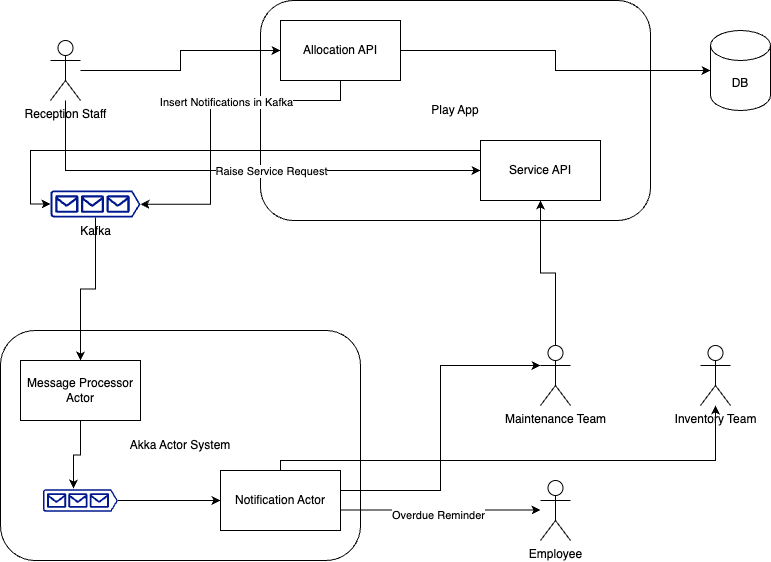
Earlier version of the draw.io export Week3Projects/EquipmentAllocationFlow.png (devavasadi999/ScalaTraining). Source tidied: cells renumbered, new cells last; positions are measured from the earlier drawing's top-left corner, leaving out a move shared by most shapes. The source it was exported from:
```xml
<mxGraphModel>
  <root>
    <mxCell id="0" />
    <mxCell id="1" parent="0" />
    <mxCell id="2" value="Reception Staff" style="shape=umlActor;verticalLabelPosition=bottom;verticalAlign=top;html=1;outlineConnect=0;" parent="1" vertex="1">
      <mxGeometry x="50" y="40" width="30" height="60" as="geometry" />
    </mxCell>
    <mxCell id="3" value="Play App" style="rounded=1;whiteSpace=wrap;html=1;" parent="1" vertex="1">
      <mxGeometry x="260" width="390" height="220" as="geometry" />
    </mxCell>
    <mxCell id="4" style="edgeStyle=orthogonalEdgeStyle;rounded=0;jettySize=auto;html=1;" parent="1" edge="1" source="2" target="6">
      <mxGeometry relative="1" as="geometry" />
    </mxCell>
    <mxCell id="5" style="edgeStyle=orthogonalEdgeStyle;rounded=0;jettySize=auto;html=1;" parent="1" edge="1" source="6" target="7">
      <mxGeometry relative="1" as="geometry" />
    </mxCell>
    <mxCell id="6" value="Allocation API" style="rounded=0;whiteSpace=wrap;html=1;" parent="1" vertex="1">
      <mxGeometry x="280" y="20" width="120" height="60" as="geometry" />
    </mxCell>
    <mxCell id="7" value="DB" style="shape=cylinder3;whiteSpace=wrap;html=1;boundedLbl=1;backgroundOutline=1;size=15;" parent="1" vertex="1">
      <mxGeometry x="710" y="30" width="60" height="80" as="geometry" />
    </mxCell>
    <mxCell id="8" value="Akka Actor System" style="rounded=1;whiteSpace=wrap;html=1;" parent="1" vertex="1">
      <mxGeometry y="330" width="360" height="230" as="geometry" />
    </mxCell>
    <mxCell id="9" value="Message Processor Actor" style="rounded=0;whiteSpace=wrap;html=1;" parent="1" vertex="1">
      <mxGeometry x="20" y="360" width="120" height="60" as="geometry" />
    </mxCell>
    <mxCell id="10" style="edgeStyle=orthogonalEdgeStyle;rounded=0;jettySize=auto;html=1;" parent="1" edge="1" source="11" target="27">
      <mxGeometry relative="1" as="geometry">
        <Array as="points">
          <mxPoint x="280" y="460" />
          <mxPoint x="715" y="460" />
        </Array>
      </mxGeometry>
    </mxCell>
    <mxCell id="11" value="Notification Actor" style="rounded=0;whiteSpace=wrap;html=1;" parent="1" vertex="1">
      <mxGeometry x="220" y="470" width="120" height="60" as="geometry" />
    </mxCell>
    <mxCell id="12" style="edgeStyle=orthogonalEdgeStyle;rounded=0;jettySize=auto;html=1;entryX=0;entryY=0.5;entryDx=0;entryDy=0;" parent="1" edge="1" source="13" target="11">
      <mxGeometry relative="1" as="geometry" />
    </mxCell>
    <mxCell id="13" style="sketch=0;shadow=0;dashed=0;html=1;strokeColor=none;labelPosition=center;verticalLabelPosition=bottom;verticalAlign=top;align=center;fillColor=#00188D;shape=mxgraph.azure.queue_generic;" parent="1" vertex="1">
      <mxGeometry x="42.5" y="488.8" width="75" height="22.5" as="geometry" />
    </mxCell>
    <mxCell id="14" style="edgeStyle=orthogonalEdgeStyle;rounded=0;jettySize=auto;html=1;entryX=0.5;entryY=0;entryDx=0;entryDy=0;" parent="1" edge="1" source="15" target="9">
      <mxGeometry relative="1" as="geometry" />
    </mxCell>
    <mxCell id="15" value="Kafka" style="sketch=0;shadow=0;dashed=0;html=1;strokeColor=none;labelPosition=center;verticalLabelPosition=bottom;verticalAlign=top;align=center;fillColor=#00188D;shape=mxgraph.azure.queue_generic;" parent="1" vertex="1">
      <mxGeometry x="50" y="190" width="90" height="27" as="geometry" />
    </mxCell>
    <mxCell id="16" style="edgeStyle=orthogonalEdgeStyle;rounded=0;jettySize=auto;html=1;entryX=0.407;entryY=-0.033;entryDx=0;entryDy=0;entryPerimeter=0;" parent="1" edge="1" source="9" target="13">
      <mxGeometry relative="1" as="geometry" />
    </mxCell>
    <mxCell id="17" style="edgeStyle=orthogonalEdgeStyle;rounded=0;jettySize=auto;html=1;entryX=1;entryY=0.51;entryDx=0;entryDy=0;entryPerimeter=0;" parent="1" edge="1" source="6" target="15">
      <mxGeometry relative="1" as="geometry">
        <Array as="points">
          <mxPoint x="340" y="100" />
          <mxPoint x="210" y="100" />
          <mxPoint x="210" y="204" />
        </Array>
      </mxGeometry>
    </mxCell>
    <mxCell id="18" value="Insert Notifications in Kafka" style="edgeLabel;html=1;align=center;verticalAlign=middle;" parent="17" vertex="1">
      <mxGeometry x="-0.17" y="1" relative="1" as="geometry" />
    </mxCell>
    <mxCell id="19" style="edgeStyle=orthogonalEdgeStyle;rounded=0;jettySize=auto;html=1;entryX=0.5;entryY=1;entryDx=0;entryDy=0;" parent="1" edge="1" source="20" target="23">
      <mxGeometry relative="1" as="geometry" />
    </mxCell>
    <mxCell id="20" value="Maintenance Team&lt;div&gt;&lt;br&gt;&lt;/div&gt;" style="shape=umlActor;verticalLabelPosition=bottom;verticalAlign=top;html=1;outlineConnect=0;" parent="1" vertex="1">
      <mxGeometry x="540" y="345" width="30" height="60" as="geometry" />
    </mxCell>
    <mxCell id="21" style="edgeStyle=orthogonalEdgeStyle;rounded=0;jettySize=auto;html=1;" parent="1" edge="1" source="2" target="23">
      <mxGeometry relative="1" as="geometry">
        <Array as="points">
          <mxPoint x="65" y="170" />
        </Array>
      </mxGeometry>
    </mxCell>
    <mxCell id="22" value="Raise Service Request" style="edgeLabel;html=1;align=center;verticalAlign=middle;" parent="21" vertex="1">
      <mxGeometry x="0.05" y="-2" relative="1" as="geometry">
        <mxPoint x="20" y="-2" as="offset" />
      </mxGeometry>
    </mxCell>
    <mxCell id="23" value="Service API" style="rounded=0;whiteSpace=wrap;html=1;" parent="1" vertex="1">
      <mxGeometry x="480" y="140" width="120" height="60" as="geometry" />
    </mxCell>
    <mxCell id="24" style="edgeStyle=orthogonalEdgeStyle;rounded=0;jettySize=auto;html=1;entryX=0;entryY=0.5;entryDx=0;entryDy=0;entryPerimeter=0;" parent="1" edge="1" source="23" target="15">
      <mxGeometry relative="1" as="geometry">
        <Array as="points">
          <mxPoint x="30" y="150" />
          <mxPoint x="30" y="204" />
        </Array>
      </mxGeometry>
    </mxCell>
    <mxCell id="25" style="edgeStyle=orthogonalEdgeStyle;rounded=0;jettySize=auto;html=1;entryX=0;entryY=0.3333333333333333;entryDx=0;entryDy=0;entryPerimeter=0;" parent="1" edge="1" source="11" target="20">
      <mxGeometry relative="1" as="geometry">
        <Array as="points">
          <mxPoint x="440" y="490" />
          <mxPoint x="440" y="365" />
        </Array>
      </mxGeometry>
    </mxCell>
    <mxCell id="26" value="Employee" style="shape=umlActor;verticalLabelPosition=bottom;verticalAlign=top;html=1;" parent="1" vertex="1">
      <mxGeometry x="540" y="480" width="30" height="60" as="geometry" />
    </mxCell>
    <mxCell id="27" value="Inventory Team" style="shape=umlActor;verticalLabelPosition=bottom;verticalAlign=top;html=1;outlineConnect=0;" parent="1" vertex="1">
      <mxGeometry x="700" y="345" width="30" height="60" as="geometry" />
    </mxCell>
    <mxCell id="28" style="edgeStyle=orthogonalEdgeStyle;rounded=0;orthogonalLoop=1;jettySize=auto;html=1;entryX=0;entryY=0.3333333333333333;entryDx=0;entryDy=0;entryPerimeter=0;" parent="1" edge="1">
      <mxGeometry relative="1" as="geometry">
        <mxPoint x="340" y="509.5" as="sourcePoint" />
        <mxPoint x="540" y="509.5" as="targetPoint" />
      </mxGeometry>
    </mxCell>
    <mxCell id="29" value="Overdue Reminder" style="edgeLabel;html=1;align=center;verticalAlign=middle;" parent="28" vertex="1">
      <mxGeometry x="-0.03" y="-4" relative="1" as="geometry">
        <mxPoint y="1" as="offset" />
      </mxGeometry>
    </mxCell>
  </root>
</mxGraphModel>
```
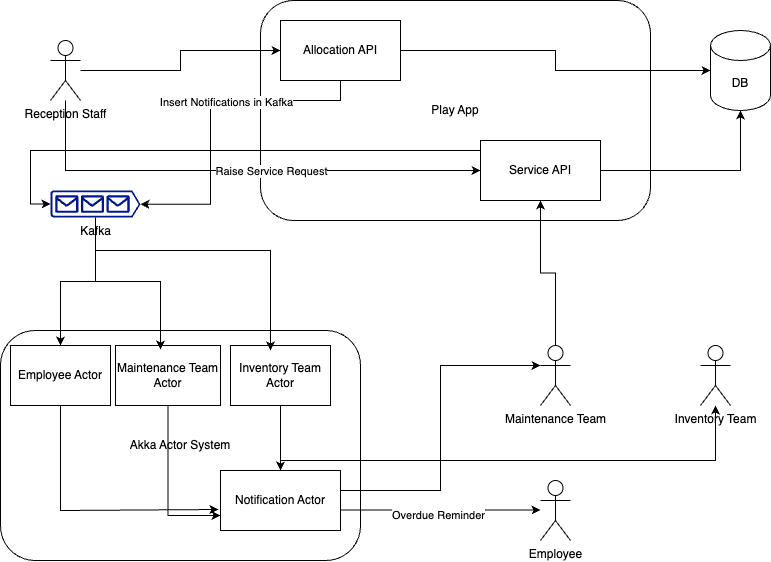
Later version of the same file.

The edit, as a diff of the source:
```diff
@@ -23,9 +23,6 @@
     <mxCell id="8" value="Akka Actor System" style="rounded=1;whiteSpace=wrap;html=1;" parent="1" vertex="1">
       <mxGeometry y="330" width="360" height="230" as="geometry" />
     </mxCell>
-    <mxCell id="9" value="Message Processor Actor" style="rounded=0;whiteSpace=wrap;html=1;" parent="1" vertex="1">
-      <mxGeometry x="20" y="360" width="120" height="60" as="geometry" />
-    </mxCell>
     <mxCell id="10" style="edgeStyle=orthogonalEdgeStyle;rounded=0;jettySize=auto;html=1;" parent="1" edge="1" source="11" target="27">
       <mxGeometry relative="1" as="geometry">
         <Array as="points">
@@ -37,21 +34,12 @@
     <mxCell id="11" value="Notification Actor" style="rounded=0;whiteSpace=wrap;html=1;" parent="1" vertex="1">
       <mxGeometry x="220" y="470" width="120" height="60" as="geometry" />
     </mxCell>
-    <mxCell id="12" style="edgeStyle=orthogonalEdgeStyle;rounded=0;jettySize=auto;html=1;entryX=0;entryY=0.5;entryDx=0;entryDy=0;" parent="1" edge="1" source="13" target="11">
-      <mxGeometry relative="1" as="geometry" />
-    </mxCell>
-    <mxCell id="13" style="sketch=0;shadow=0;dashed=0;html=1;strokeColor=none;labelPosition=center;verticalLabelPosition=bottom;verticalAlign=top;align=center;fillColor=#00188D;shape=mxgraph.azure.queue_generic;" parent="1" vertex="1">
-      <mxGeometry x="42.5" y="488.8" width="75" height="22.5" as="geometry" />
-    </mxCell>
-    <mxCell id="14" style="edgeStyle=orthogonalEdgeStyle;rounded=0;jettySize=auto;html=1;entryX=0.5;entryY=0;entryDx=0;entryDy=0;" parent="1" edge="1" source="15" target="9">
-      <mxGeometry relative="1" as="geometry" />
-    </mxCell>
+    <mxCell id="30" style="edgeStyle=orthogonalEdgeStyle;rounded=0;jettySize=auto;html=1;entryX=0.5;entryY=0;entryDx=0;entryDy=0;" parent="1" edge="1" source="15" target="32">
+      <mxGeometry relative="1" as="geometry" />
+    </mxCell>
     <mxCell id="15" value="Kafka" style="sketch=0;shadow=0;dashed=0;html=1;strokeColor=none;labelPosition=center;verticalLabelPosition=bottom;verticalAlign=top;align=center;fillColor=#00188D;shape=mxgraph.azure.queue_generic;" parent="1" vertex="1">
       <mxGeometry x="50" y="190" width="90" height="27" as="geometry" />
     </mxCell>
-    <mxCell id="16" style="edgeStyle=orthogonalEdgeStyle;rounded=0;jettySize=auto;html=1;entryX=0.407;entryY=-0.033;entryDx=0;entryDy=0;entryPerimeter=0;" parent="1" edge="1" source="9" target="13">
-      <mxGeometry relative="1" as="geometry" />
-    </mxCell>
     <mxCell id="17" style="edgeStyle=orthogonalEdgeStyle;rounded=0;jettySize=auto;html=1;entryX=1;entryY=0.51;entryDx=0;entryDy=0;entryPerimeter=0;" parent="1" edge="1" source="6" target="15">
       <mxGeometry relative="1" as="geometry">
         <Array as="points">
@@ -118,5 +106,41 @@
         <mxPoint y="1" as="offset" />
       </mxGeometry>
     </mxCell>
+    <mxCell id="31" style="edgeStyle=orthogonalEdgeStyle;rounded=0;jettySize=auto;html=1;entryX=0.5;entryY=1;entryDx=0;entryDy=0;entryPerimeter=0;" parent="1" edge="1" source="23" target="7">
+      <mxGeometry relative="1" as="geometry" />
+    </mxCell>
+    <mxCell id="32" value="Employee Actor" style="rounded=0;whiteSpace=wrap;html=1;" parent="1" vertex="1">
+      <mxGeometry x="10" y="345" width="100" height="60" as="geometry" />
+    </mxCell>
+    <mxCell id="33" style="edgeStyle=orthogonalEdgeStyle;rounded=0;jettySize=auto;html=1;entryX=0;entryY=0.75;entryDx=0;entryDy=0;" parent="1" edge="1" source="34" target="11">
+      <mxGeometry relative="1" as="geometry" />
+    </mxCell>
+    <mxCell id="34" value="Maintenance Team Actor" style="rounded=0;whiteSpace=wrap;html=1;" parent="1" vertex="1">
+      <mxGeometry x="115" y="345" width="105" height="60" as="geometry" />
+    </mxCell>
+    <mxCell id="35" style="edgeStyle=orthogonalEdgeStyle;rounded=0;jettySize=auto;html=1;entryX=0.5;entryY=0;entryDx=0;entryDy=0;" parent="1" edge="1" source="36" target="11">
+      <mxGeometry relative="1" as="geometry" />
+    </mxCell>
+    <mxCell id="36" value="Inventory Team Actor" style="rounded=0;whiteSpace=wrap;html=1;" parent="1" vertex="1">
+      <mxGeometry x="230" y="345" width="100" height="60" as="geometry" />
+    </mxCell>
+    <mxCell id="37" style="edgeStyle=orthogonalEdgeStyle;rounded=0;jettySize=auto;html=1;entryX=0.429;entryY=0.067;entryDx=0;entryDy=0;entryPerimeter=0;" parent="1" edge="1" source="15" target="34">
+      <mxGeometry relative="1" as="geometry" />
+    </mxCell>
+    <mxCell id="38" style="edgeStyle=orthogonalEdgeStyle;rounded=0;jettySize=auto;html=1;entryX=0.4;entryY=0.083;entryDx=0;entryDy=0;entryPerimeter=0;" parent="1" edge="1" source="15" target="36">
+      <mxGeometry relative="1" as="geometry">
+        <Array as="points">
+          <mxPoint x="95" y="250" />
+          <mxPoint x="270" y="250" />
+        </Array>
+      </mxGeometry>
+    </mxCell>
+    <mxCell id="39" style="edgeStyle=orthogonalEdgeStyle;rounded=0;jettySize=auto;html=1;entryX=-0.017;entryY=0.65;entryDx=0;entryDy=0;entryPerimeter=0;" parent="1" edge="1" source="32" target="11">
+      <mxGeometry relative="1" as="geometry">
+        <Array as="points">
+          <mxPoint x="60" y="510" />
+        </Array>
+      </mxGeometry>
+    </mxCell>
   </root>
 </mxGraphModel>
```
